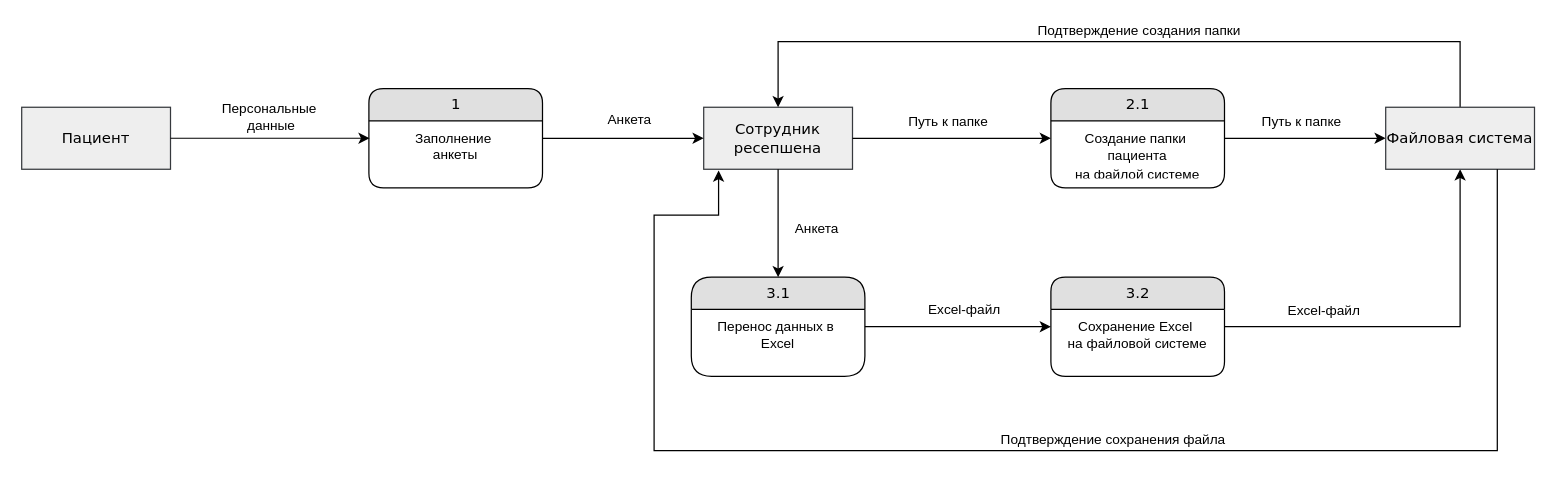
Before: Task1/As-is/DFD_Регистрация_пациента_в_системе.drawio in spblex/architecture-sprint-10, a draw.io diagram. Source tidied: cells renumbered, new cells numbered last; positions are measured from the earlier drawing's top-left corner, leaving out a move shared by most shapes. Both pictures are drawn from the tidied source at 124%, with x=0, y=0 at pixel (21, 41).
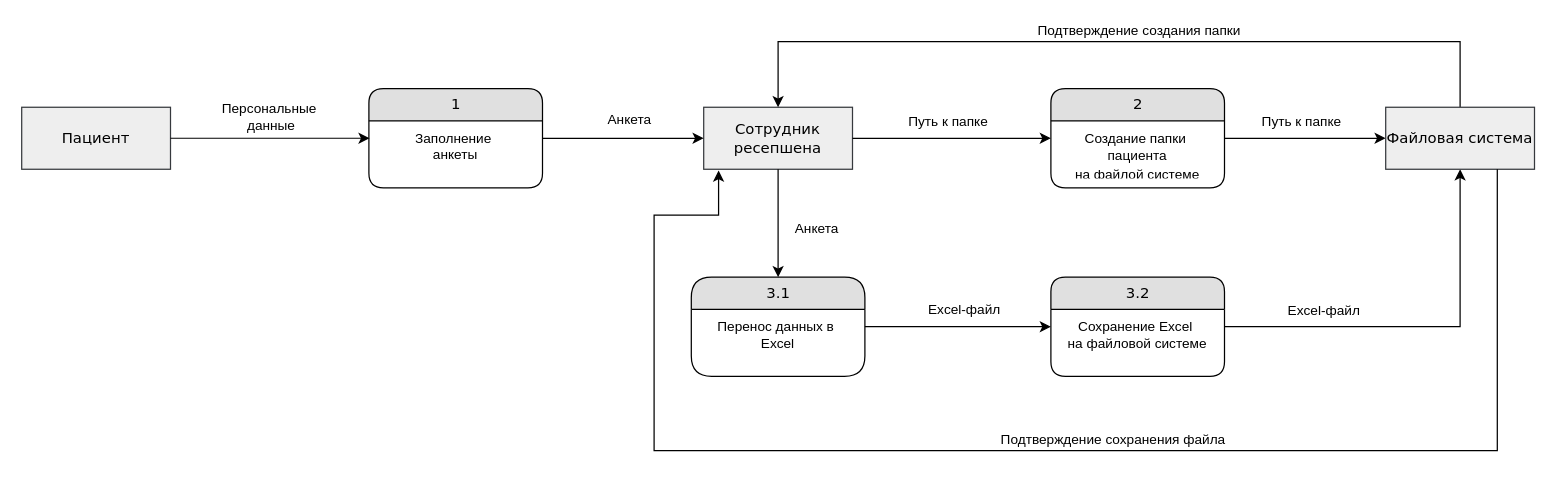
The same diagram, later.

Change to the diagram source:
```diff
@@
-    <mxCell id="16" value="2.1" style="swimlane;html=1;fontStyle=0;horizontal=1;startSize=26;fillColor=#e0e0e0;swimlaneFillColor=#ffffff;align=center;rounded=1;shadow=0;comic=0;labelBackgroundColor=none;strokeWidth=1;fontFamily=Verdana;fontSize=12;" parent="1" vertex="1">
+    <mxCell id="16" value="2" style="swimlane;html=1;fontStyle=0;horizontal=1;startSize=26;fillColor=#e0e0e0;swimlaneFillColor=#ffffff;align=center;rounded=1;shadow=0;comic=0;labelBackgroundColor=none;strokeWidth=1;fontFamily=Verdana;fontSize=12;" parent="1" vertex="1">
       <mxGeometry x="830" y="38" width="140" height="80" as="geometry" />
     </mxCell>
```
